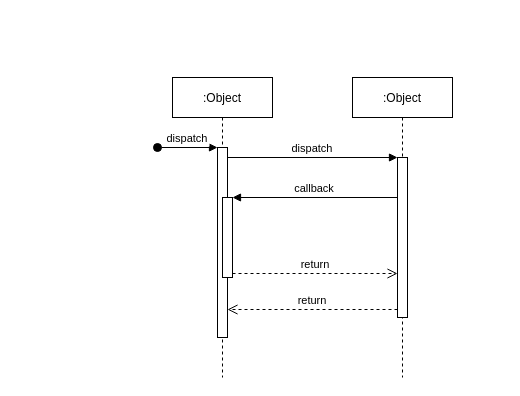
amaka1x/Xender-Battleship-Game-Project keeps this draw.io diagram as Untitled Diagram.drawio. Above is the earlier version. Source tidied: cells renumbered, new cells numbered last; positions are measured from the earlier drawing's top-left corner, leaving out a move shared by most shapes. Both pictures are drawn from the tidied source at 100%, with x=0, y=0 at pixel (157, 77).
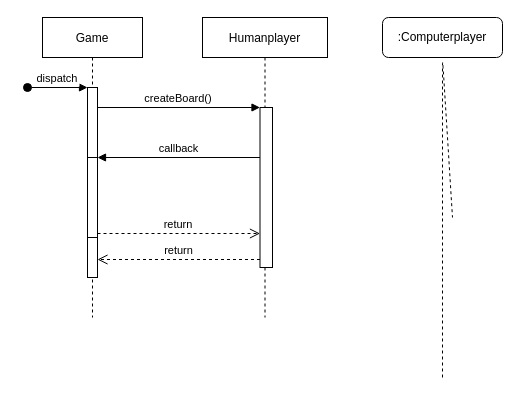
Above is the later version.

Diff of the diagram source:
```diff
@@
 <mxGraphModel>
   <root>
     <mxCell id="0" />
     <mxCell id="1" parent="0" />
-    <mxCell id="2" value=":Object" style="shape=umlLifeline;perimeter=lifelinePerimeter;rounded=0;shadow=0;strokeWidth=1;" parent="1" vertex="1">
-      <mxGeometry x="15" width="100" height="300" as="geometry" />
+    <mxCell id="2" value="Game" style="shape=umlLifeline;perimeter=lifelinePerimeter;rounded=0;shadow=0;strokeWidth=1;" parent="1" vertex="1">
+      <mxGeometry x="-115" y="-60" width="100" height="300" as="geometry" />
     </mxCell>
     <mxCell id="3" style="points=[];perimeter=orthogonalPerimeter;rounded=0;shadow=0;strokeWidth=1;" parent="2" vertex="1">
       <mxGeometry x="45" y="70" width="10" height="190" as="geometry" />
     </mxCell>
     <mxCell id="4" value="dispatch" style="verticalAlign=bottom;startArrow=oval;endArrow=block;startSize=8;shadow=0;strokeWidth=1;" parent="2" edge="1" target="3">
       <mxGeometry relative="1" as="geometry">
         <mxPoint x="-15" y="70" as="sourcePoint" />
       </mxGeometry>
     </mxCell>
     <mxCell id="5" style="points=[];perimeter=orthogonalPerimeter;rounded=0;shadow=0;strokeWidth=1;" parent="2" vertex="1">
-      <mxGeometry x="50" y="120" width="10" height="80" as="geometry" />
+      <mxGeometry x="45" y="140" width="10" height="80" as="geometry" />
     </mxCell>
-    <mxCell id="6" value=":Object" style="shape=umlLifeline;perimeter=lifelinePerimeter;rounded=0;shadow=0;strokeWidth=1;" parent="1" vertex="1">
-      <mxGeometry x="195" width="100" height="300" as="geometry" />
+    <mxCell id="6" value="Humanplayer" style="shape=umlLifeline;perimeter=lifelinePerimeter;rounded=0;shadow=0;strokeWidth=1;" parent="1" vertex="1">
+      <mxGeometry x="45" y="-60" width="125" height="300" as="geometry" />
     </mxCell>
     <mxCell id="7" style="points=[];perimeter=orthogonalPerimeter;rounded=0;shadow=0;strokeWidth=1;" parent="6" vertex="1">
-      <mxGeometry x="45" y="80" width="10" height="160" as="geometry" />
+      <mxGeometry x="57.5" y="90" width="12.5" height="160" as="geometry" />
     </mxCell>
     <mxCell id="8" value="return" style="verticalAlign=bottom;endArrow=open;dashed=1;endSize=8;exitX=0;exitY=0.95;shadow=0;strokeWidth=1;" parent="1" edge="1" source="7" target="3">
       <mxGeometry relative="1" as="geometry" />
     </mxCell>
-    <mxCell id="9" value="dispatch" style="verticalAlign=bottom;endArrow=block;entryX=0;entryY=0;shadow=0;strokeWidth=1;" parent="1" edge="1" source="3" target="7">
+    <mxCell id="9" value="createBoard()" style="verticalAlign=bottom;endArrow=block;entryX=0;entryY=0;shadow=0;strokeWidth=1;" parent="1" edge="1" source="3" target="7">
       <mxGeometry relative="1" as="geometry" />
     </mxCell>
     <mxCell id="10" value="callback" style="verticalAlign=bottom;endArrow=block;entryX=1;entryY=0;shadow=0;strokeWidth=1;" parent="1" edge="1" source="7" target="5">
       <mxGeometry relative="1" as="geometry" />
     </mxCell>
     <mxCell id="11" value="return" style="verticalAlign=bottom;endArrow=open;dashed=1;endSize=8;exitX=1;exitY=0.95;shadow=0;strokeWidth=1;" parent="1" edge="1" source="5" target="7">
       <mxGeometry relative="1" as="geometry" />
     </mxCell>
+    <mxCell id="12" value=":Computerplayer" style="rounded=1;whiteSpace=wrap;html=1;" parent="1" vertex="1">
+      <mxGeometry x="225" y="-60" width="120" height="40" as="geometry" />
+    </mxCell>
+    <mxCell id="13" style="endArrow=none;dashed=1;html=1;" parent="1" edge="1">
+      <mxGeometry relative="1" as="geometry">
+        <mxPoint x="285" y="300" as="sourcePoint" />
+        <mxPoint x="295" y="140" as="targetPoint" />
+        <Array as="points">
+          <mxPoint x="285" y="-20" />
+        </Array>
+      </mxGeometry>
+    </mxCell>
   </root>
 </mxGraphModel>
```
